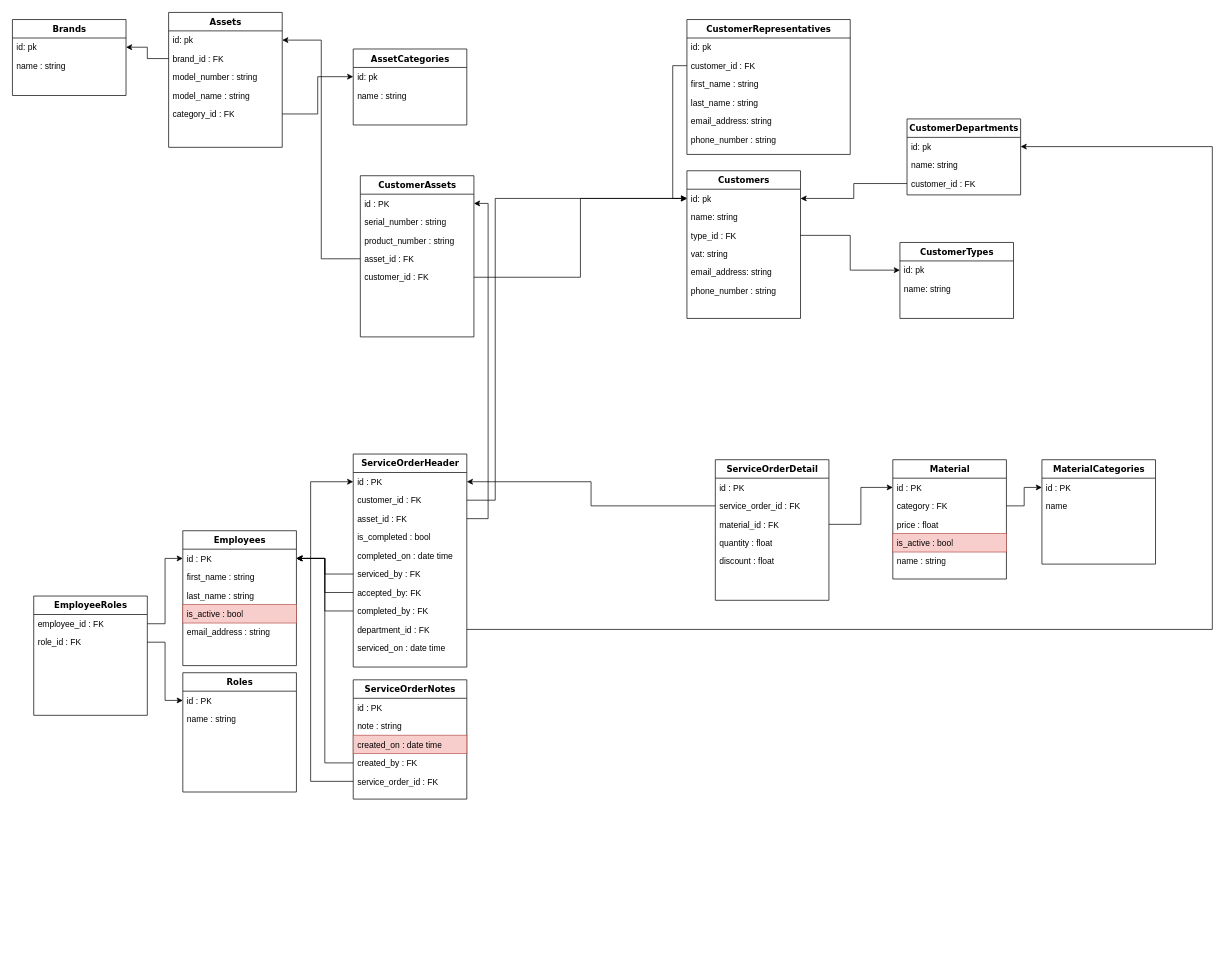
Before: service_manager/db_diagram.drawio in svetlinst/Service-manager, a draw.io diagram. Source tidied: cells renumbered, new cells numbered last; positions are measured from the earlier drawing's top-left corner, leaving out a move shared by most shapes. Both pictures are drawn from the tidied source at 71%, with x=0, y=0 at pixel (12, 12).
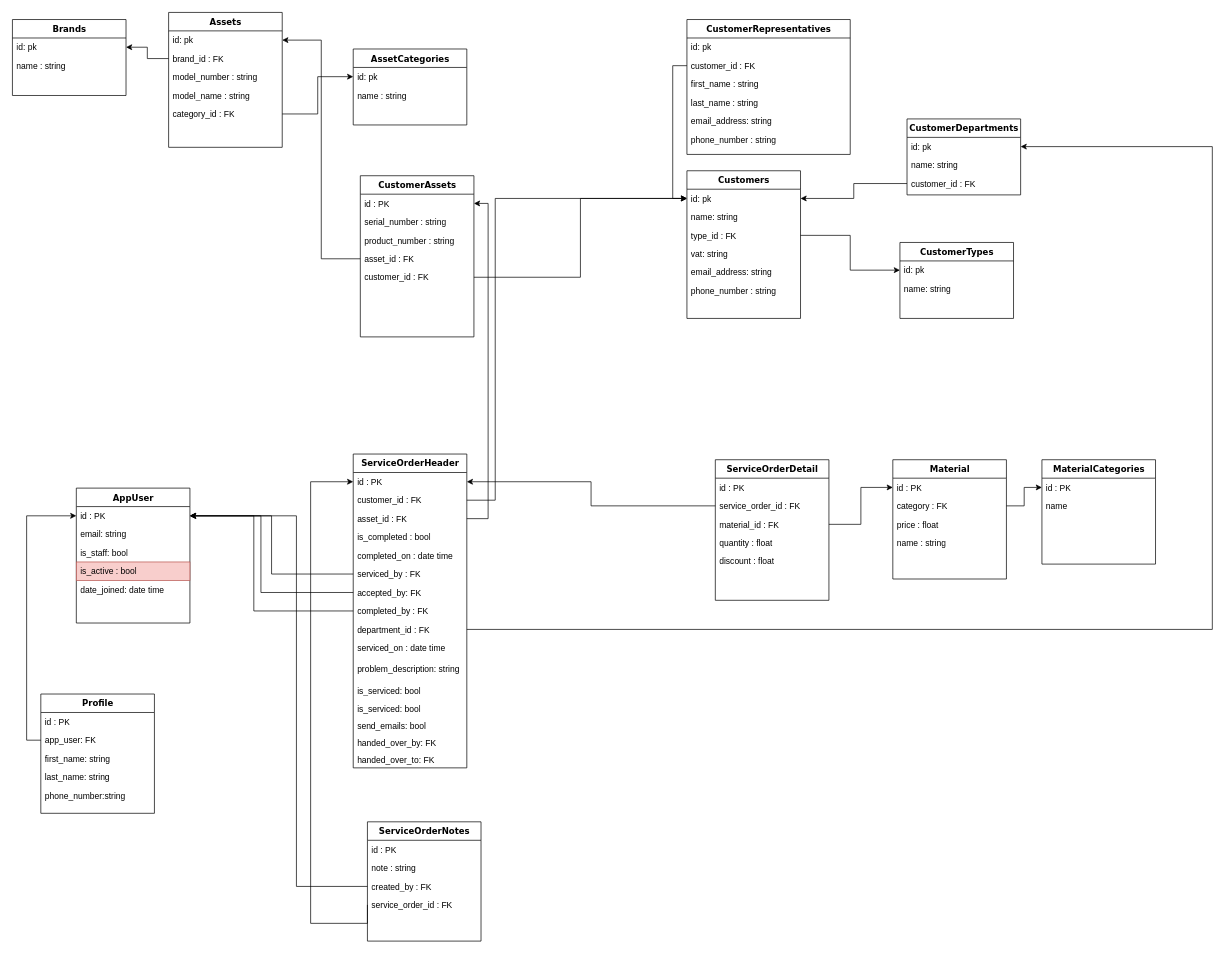
Above is the later version.

Commit message:
Update database diagram

Unchanged cells that the change refers to:
```xml
<mxCell id="19" value="id : PK" style="text;html=1;strokeColor=none;fillColor=none;align=left;verticalAlign=top;spacingLeft=4;spacingRight=4;whiteSpace=wrap;overflow=hidden;points=[[0,0.5],[1,0.5]];portConstraint=eastwest;" parent="18" vertex="1">
  <mxGeometry y="26" width="160" height="26" as="geometry" />
</mxCell>
<mxCell id="25" value="accepted_by: FK" style="text;html=1;strokeColor=none;fillColor=none;align=left;verticalAlign=top;spacingLeft=4;spacingRight=4;whiteSpace=wrap;overflow=hidden;points=[[0,0.5],[1,0.5]];portConstraint=eastwest;" parent="18" vertex="1">
  <mxGeometry y="182" width="160" height="26" as="geometry" />
</mxCell>
<mxCell id="26" value="completed_by : FK" style="text;html=1;strokeColor=none;fillColor=none;align=left;verticalAlign=top;spacingLeft=4;spacingRight=4;whiteSpace=wrap;overflow=hidden;points=[[0,0.5],[1,0.5]];portConstraint=eastwest;" parent="18" vertex="1">
  <mxGeometry y="208" width="160" height="26" as="geometry" />
</mxCell>
<mxCell id="35" value="Material" style="swimlane;html=1;fontStyle=1;align=center;verticalAlign=top;horizontal=1;startSize=26;swimlaneFillColor=#ffffff;rounded=0;shadow=0;comic=0;labelBackgroundColor=none;strokeWidth=1;fillColor=none;fontFamily=Verdana;fontSize=12;" parent="1" vertex="1">
  <mxGeometry x="1240" y="630" width="160" height="168" as="geometry" />
</mxCell>
<mxCell id="64" value="id : PK" style="text;html=1;strokeColor=none;fillColor=none;align=left;verticalAlign=top;spacingLeft=4;spacingRight=4;whiteSpace=wrap;overflow=hidden;points=[[0,0.5],[1,0.5]];portConstraint=eastwest;" parent="63" vertex="1">
  <mxGeometry y="26" width="160" height="26" as="geometry" />
</mxCell>
<mxCell id="85" value="id : PK" style="text;html=1;strokeColor=none;fillColor=none;align=left;verticalAlign=top;spacingLeft=4;spacingRight=4;whiteSpace=wrap;overflow=hidden;points=[[0,0.5],[1,0.5]];portConstraint=eastwest;" parent="84" vertex="1">
  <mxGeometry y="26" width="160" height="26" as="geometry" />
</mxCell>
```

Change to the diagram source:
```diff
@@
     <mxCell id="18" value="ServiceOrderHeader" style="swimlane;html=1;fontStyle=1;align=center;verticalAlign=top;horizontal=1;startSize=26;swimlaneFillColor=#ffffff;rounded=0;shadow=0;comic=0;labelBackgroundColor=none;strokeWidth=1;fillColor=none;fontFamily=Verdana;fontSize=12;" parent="1" vertex="1">
-      <mxGeometry x="480" y="622" width="160" height="300" as="geometry" />
+      <mxGeometry x="480" y="622" width="160" height="442" as="geometry" />
     </mxCell>
@@
     <mxCell id="28" value="serviced_on : date time" style="text;html=1;strokeColor=none;fillColor=none;align=left;verticalAlign=top;spacingLeft=4;spacingRight=4;whiteSpace=wrap;overflow=hidden;" parent="18" vertex="1">
-      <mxGeometry y="260" width="160" height="26" as="geometry" />
+      <mxGeometry y="260" width="160" height="30" as="geometry" />
     </mxCell>
+    <mxCell id="105" value="problem_description: string" style="text;html=1;strokeColor=none;fillColor=none;align=left;verticalAlign=top;spacingLeft=4;spacingRight=4;whiteSpace=wrap;overflow=hidden;" parent="18" vertex="1">
+      <mxGeometry y="290" width="160" height="30" as="geometry" />
+    </mxCell>
+    <mxCell id="106" value="is_serviced: bool" style="text;html=1;strokeColor=none;fillColor=none;align=left;verticalAlign=top;spacingLeft=4;spacingRight=4;whiteSpace=wrap;overflow=hidden;" parent="18" vertex="1">
+      <mxGeometry y="320" width="160" height="26" as="geometry" />
+    </mxCell>
+    <mxCell id="107" value="is_serviced: bool" style="text;html=1;strokeColor=none;fillColor=none;align=left;verticalAlign=top;spacingLeft=4;spacingRight=4;whiteSpace=wrap;overflow=hidden;" parent="18" vertex="1">
+      <mxGeometry y="346" width="160" height="24" as="geometry" />
+    </mxCell>
+    <mxCell id="108" value="send_emails: bool" style="text;html=1;strokeColor=none;fillColor=none;align=left;verticalAlign=top;spacingLeft=4;spacingRight=4;whiteSpace=wrap;overflow=hidden;" parent="18" vertex="1">
+      <mxGeometry y="370" width="160" height="24" as="geometry" />
+    </mxCell>
+    <mxCell id="109" value="handed_over_by: FK" style="text;html=1;strokeColor=none;fillColor=none;align=left;verticalAlign=top;spacingLeft=4;spacingRight=4;whiteSpace=wrap;overflow=hidden;" parent="18" vertex="1">
+      <mxGeometry y="394" width="160" height="24" as="geometry" />
+    </mxCell>
+    <mxCell id="110" value="handed_over_to: FK" style="text;html=1;strokeColor=none;fillColor=none;align=left;verticalAlign=top;spacingLeft=4;spacingRight=4;whiteSpace=wrap;overflow=hidden;" parent="18" vertex="1">
+      <mxGeometry y="418" width="160" height="24" as="geometry" />
+    </mxCell>
@@
-    <mxCell id="39" value="is_active : bool" style="text;html=1;strokeColor=#b85450;fillColor=#f8cecc;align=left;verticalAlign=top;spacingLeft=4;spacingRight=4;whiteSpace=wrap;overflow=hidden;" parent="35" vertex="1">
-      <mxGeometry y="104" width="160" height="26" as="geometry" />
-    </mxCell>
     <mxCell id="40" value="name : string" style="text;html=1;strokeColor=none;fillColor=none;align=left;verticalAlign=top;spacingLeft=4;spacingRight=4;whiteSpace=wrap;overflow=hidden;" parent="35" vertex="1">
-      <mxGeometry y="130" width="160" height="26" as="geometry" />
+      <mxGeometry y="104" width="160" height="26" as="geometry" />
     </mxCell>
@@
-    <mxCell id="63" value="Employees" style="swimlane;html=1;fontStyle=1;align=center;verticalAlign=top;horizontal=1;startSize=26;swimlaneFillColor=#ffffff;rounded=0;shadow=0;comic=0;labelBackgroundColor=none;strokeWidth=1;fillColor=none;fontFamily=Verdana;fontSize=12;" parent="1" vertex="1">
-      <mxGeometry x="240" y="730" width="160" height="190" as="geometry" />
+    <mxCell id="63" value="AppUser" style="swimlane;html=1;fontStyle=1;align=center;verticalAlign=top;horizontal=1;startSize=26;swimlaneFillColor=#ffffff;rounded=0;shadow=0;comic=0;labelBackgroundColor=none;strokeWidth=1;fillColor=none;fontFamily=Verdana;fontSize=12;" parent="1" vertex="1">
+      <mxGeometry x="90" y="670" width="160" height="190" as="geometry" />
     </mxCell>
@@
-    <mxCell id="65" value="first_name : string" style="text;html=1;strokeColor=none;fillColor=none;align=left;verticalAlign=top;spacingLeft=4;spacingRight=4;whiteSpace=wrap;overflow=hidden;" parent="63" vertex="1">
+    <mxCell id="65" value="email: string" style="text;html=1;strokeColor=none;fillColor=none;align=left;verticalAlign=top;spacingLeft=4;spacingRight=4;whiteSpace=wrap;overflow=hidden;" parent="63" vertex="1">
       <mxGeometry y="52" width="160" height="26" as="geometry" />
     </mxCell>
-    <mxCell id="66" value="last_name : string" style="text;html=1;strokeColor=none;fillColor=none;align=left;verticalAlign=top;spacingLeft=4;spacingRight=4;whiteSpace=wrap;overflow=hidden;" parent="63" vertex="1">
+    <mxCell id="66" value="is_staff: bool" style="text;html=1;strokeColor=none;fillColor=none;align=left;verticalAlign=top;spacingLeft=4;spacingRight=4;whiteSpace=wrap;overflow=hidden;" parent="63" vertex="1">
       <mxGeometry y="78" width="160" height="26" as="geometry" />
     </mxCell>
@@
-    <mxCell id="68" value="email_address : string" style="text;html=1;strokeColor=none;fillColor=none;align=left;verticalAlign=top;spacingLeft=4;spacingRight=4;whiteSpace=wrap;overflow=hidden;" parent="63" vertex="1">
+    <mxCell id="68" value="date_joined: date time" style="text;html=1;strokeColor=none;fillColor=none;align=left;verticalAlign=top;spacingLeft=4;spacingRight=4;whiteSpace=wrap;overflow=hidden;" parent="63" vertex="1">
       <mxGeometry y="130" width="160" height="26" as="geometry" />
     </mxCell>
@@
     <mxCell id="70" style="edgeStyle=orthogonalEdgeStyle;rounded=0;jettySize=auto;html=1;entryX=1;entryY=0.5;entryDx=0;entryDy=0;" parent="1" edge="1" source="25" target="64">
-      <mxGeometry relative="1" as="geometry" />
+      <mxGeometry relative="1" as="geometry">
+        <Array as="points">
+          <mxPoint x="350" y="817" />
+          <mxPoint x="350" y="709" />
+        </Array>
+      </mxGeometry>
     </mxCell>
     <mxCell id="71" style="edgeStyle=orthogonalEdgeStyle;rounded=0;jettySize=auto;html=1;entryX=1;entryY=0.5;entryDx=0;entryDy=0;" parent="1" edge="1" source="26" target="64">
-      <mxGeometry relative="1" as="geometry" />
+      <mxGeometry relative="1" as="geometry">
+        <Array as="points">
+          <mxPoint x="340" y="843" />
+          <mxPoint x="340" y="709" />
+        </Array>
+      </mxGeometry>
     </mxCell>
-    <mxCell id="72" value="EmployeeRoles" style="swimlane;html=1;fontStyle=1;align=center;verticalAlign=top;horizontal=1;startSize=26;swimlaneFillColor=#ffffff;rounded=0;shadow=0;comic=0;labelBackgroundColor=none;strokeWidth=1;fillColor=none;fontFamily=Verdana;fontSize=12;" parent="1" vertex="1">
-      <mxGeometry x="30" y="822" width="160" height="168" as="geometry" />
-    </mxCell>
-    <mxCell id="73" value="employee_id : FK" style="text;html=1;strokeColor=none;fillColor=none;align=left;verticalAlign=top;spacingLeft=4;spacingRight=4;whiteSpace=wrap;overflow=hidden;points=[[0,0.5],[1,0.5]];portConstraint=eastwest;" parent="72" vertex="1">
-      <mxGeometry y="26" width="160" height="26" as="geometry" />
-    </mxCell>
-    <mxCell id="74" value="role_id : FK" style="text;html=1;strokeColor=none;fillColor=none;align=left;verticalAlign=top;spacingLeft=4;spacingRight=4;whiteSpace=wrap;overflow=hidden;points=[[0,0.5],[1,0.5]];portConstraint=eastwest;" parent="72" vertex="1">
-      <mxGeometry y="52" width="160" height="26" as="geometry" />
-    </mxCell>
     <mxCell id="75" value="ServiceOrderNotes" style="swimlane;html=1;fontStyle=1;align=center;verticalAlign=top;horizontal=1;startSize=26;swimlaneFillColor=#ffffff;rounded=0;shadow=0;comic=0;labelBackgroundColor=none;strokeWidth=1;fillColor=none;fontFamily=Verdana;fontSize=12;" parent="1" vertex="1">
-      <mxGeometry x="480" y="940" width="160" height="168" as="geometry" />
+      <mxGeometry x="500" y="1140" width="160" height="168" as="geometry" />
     </mxCell>
@@
-    <mxCell id="78" value="created_on : date time" style="text;html=1;strokeColor=#b85450;fillColor=#f8cecc;align=left;verticalAlign=top;spacingLeft=4;spacingRight=4;whiteSpace=wrap;overflow=hidden;" parent="75" vertex="1">
-      <mxGeometry y="78" width="160" height="26" as="geometry" />
-    </mxCell>
     <mxCell id="79" value="created_by : FK" style="text;html=1;strokeColor=none;fillColor=none;align=left;verticalAlign=top;spacingLeft=4;spacingRight=4;whiteSpace=wrap;overflow=hidden;points=[[0,0.5],[1,0.5]];portConstraint=eastwest;" parent="75" vertex="1">
-      <mxGeometry y="104" width="160" height="26" as="geometry" />
+      <mxGeometry y="78" width="160" height="26" as="geometry" />
     </mxCell>
     <mxCell id="80" value="service_order_id : FK" style="text;html=1;strokeColor=none;fillColor=none;align=left;verticalAlign=top;spacingLeft=4;spacingRight=4;whiteSpace=wrap;overflow=hidden;points=[[0,0.5],[1,0.5]];portConstraint=eastwest;" parent="75" vertex="1">
-      <mxGeometry y="130" width="160" height="26" as="geometry" />
+      <mxGeometry y="104" width="160" height="26" as="geometry" />
     </mxCell>
     <mxCell id="81" style="edgeStyle=orthogonalEdgeStyle;rounded=0;jettySize=auto;html=1;entryX=1;entryY=0.5;entryDx=0;entryDy=0;" parent="1" edge="1" source="79" target="64">
-      <mxGeometry relative="1" as="geometry" />
+      <mxGeometry relative="1" as="geometry">
+        <Array as="points">
+          <mxPoint x="400" y="1231" />
+          <mxPoint x="400" y="709" />
+        </Array>
+      </mxGeometry>
     </mxCell>
-    <mxCell id="82" style="edgeStyle=orthogonalEdgeStyle;rounded=0;jettySize=auto;html=1;entryX=0;entryY=0.5;entryDx=0;entryDy=0;" parent="1" edge="1" source="80" target="19">
+    <mxCell id="82" style="edgeStyle=orthogonalEdgeStyle;rounded=0;jettySize=auto;html=1;entryX=0;entryY=0.5;entryDx=0;entryDy=0;exitX=0;exitY=0.5;exitDx=0;exitDy=0;" parent="1" edge="1" source="80" target="19">
       <mxGeometry relative="1" as="geometry">
         <Array as="points">
-          <mxPoint x="420" y="1083" />
+          <mxPoint x="420" y="1283" />
           <mxPoint x="420" y="661" />
         </Array>
       </mxGeometry>
     </mxCell>
@@
-    <mxCell id="84" value="Roles" style="swimlane;html=1;fontStyle=1;align=center;verticalAlign=top;horizontal=1;startSize=26;swimlaneFillColor=#ffffff;rounded=0;shadow=0;comic=0;labelBackgroundColor=none;strokeWidth=1;fillColor=none;fontFamily=Verdana;fontSize=12;" parent="1" vertex="1">
-      <mxGeometry x="240" y="930" width="160" height="168" as="geometry" />
+    <mxCell id="84" value="Profile" style="swimlane;html=1;fontStyle=1;align=center;verticalAlign=top;horizontal=1;startSize=26;swimlaneFillColor=#ffffff;rounded=0;shadow=0;comic=0;labelBackgroundColor=none;strokeWidth=1;fillColor=none;fontFamily=Verdana;fontSize=12;" parent="1" vertex="1">
+      <mxGeometry x="40" y="960" width="160" height="168" as="geometry" />
     </mxCell>
@@
-    <mxCell id="86" value="name : string" style="text;html=1;strokeColor=none;fillColor=none;align=left;verticalAlign=top;spacingLeft=4;spacingRight=4;whiteSpace=wrap;overflow=hidden;points=[[0,0.5],[1,0.5]];portConstraint=eastwest;" parent="84" vertex="1">
+    <mxCell id="86" value="app_user: FK" style="text;html=1;strokeColor=none;fillColor=none;align=left;verticalAlign=top;spacingLeft=4;spacingRight=4;whiteSpace=wrap;overflow=hidden;points=[[0,0.5],[1,0.5]];portConstraint=eastwest;" parent="84" vertex="1">
       <mxGeometry y="52" width="160" height="26" as="geometry" />
     </mxCell>
-    <mxCell id="87" style="edgeStyle=orthogonalEdgeStyle;rounded=0;jettySize=auto;html=1;entryX=0;entryY=0.5;entryDx=0;entryDy=0;" parent="1" edge="1" source="74" target="85">
-      <mxGeometry relative="1" as="geometry" />
-    </mxCell>
+    <mxCell id="111" value="first_name: string" style="text;html=1;strokeColor=none;fillColor=none;align=left;verticalAlign=top;spacingLeft=4;spacingRight=4;whiteSpace=wrap;overflow=hidden;" parent="84" vertex="1">
+      <mxGeometry y="78" width="160" height="26" as="geometry" />
+    </mxCell>
+    <mxCell id="112" value="last_name: string" style="text;html=1;strokeColor=none;fillColor=none;align=left;verticalAlign=top;spacingLeft=4;spacingRight=4;whiteSpace=wrap;overflow=hidden;" parent="84" vertex="1">
+      <mxGeometry y="104" width="160" height="26" as="geometry" />
+    </mxCell>
+    <mxCell id="113" value="phone_number:string" style="text;html=1;strokeColor=none;fillColor=none;align=left;verticalAlign=top;spacingLeft=4;spacingRight=4;whiteSpace=wrap;overflow=hidden;" parent="84" vertex="1">
+      <mxGeometry y="130" width="160" height="26" as="geometry" />
+    </mxCell>
-    <mxCell id="88" style="edgeStyle=orthogonalEdgeStyle;rounded=0;jettySize=auto;html=1;entryX=0;entryY=0.5;entryDx=0;entryDy=0;" parent="1" edge="1" source="73" target="64">
+    <mxCell id="88" style="edgeStyle=orthogonalEdgeStyle;rounded=0;jettySize=auto;html=1;entryX=0;entryY=0.5;entryDx=0;entryDy=0;exitX=0;exitY=0.5;exitDx=0;exitDy=0;" parent="1" edge="1" source="86" target="64">
       <mxGeometry relative="1" as="geometry" />
     </mxCell>
```
